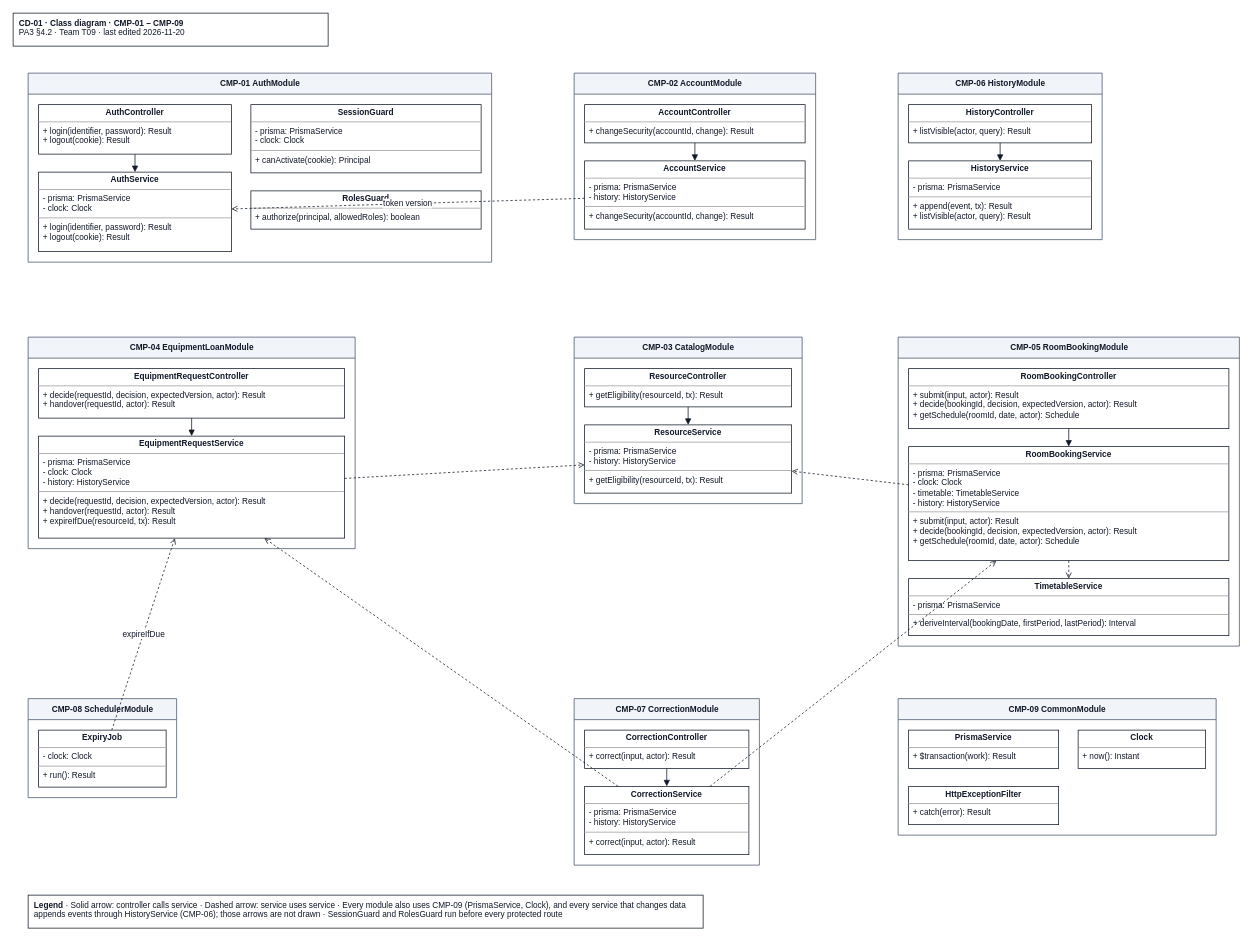
The draw.io diagram docs/design/diagrams/CD-01_component-classes.drawio in JuliaTrang/T09-CampusBorrow, before the edit. Source tidied: cells renumbered, new cells numbered last; positions are measured from the earlier drawing's top-left corner, leaving out a move shared by most shapes. Both pictures are drawn from the tidied source at 75%, with x=0, y=0 at pixel (13, 13).
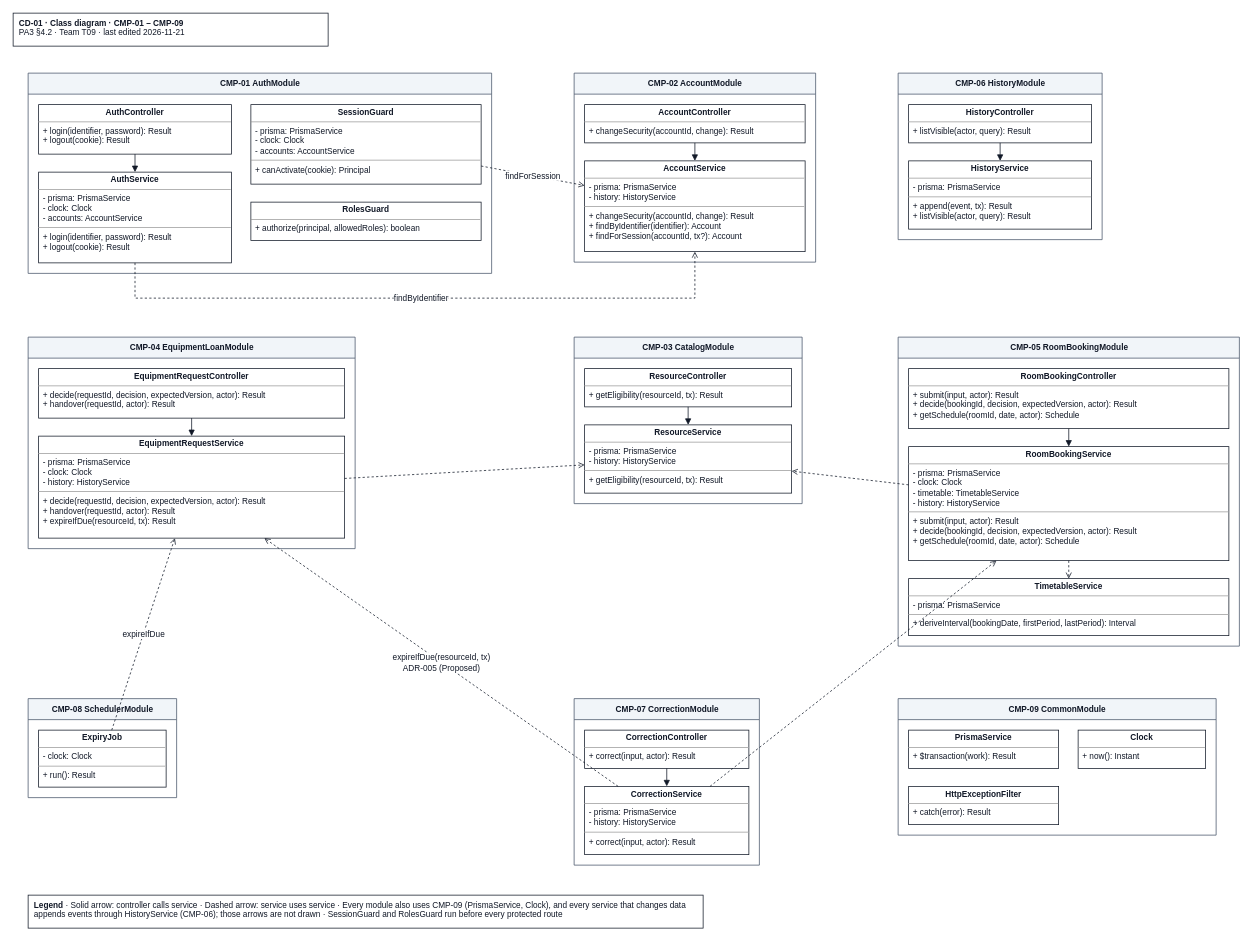
The same page after the edit.

The change refers to these unchanged cells:
```xml
<mxCell id="16" value="&lt;p style=&quot;margin:0px;margin-top:4px;text-align:center;&quot;&gt;&lt;b&gt;EquipmentRequestService&lt;/b&gt;&lt;/p&gt;&lt;hr size=&quot;1&quot;/&gt;&lt;p style=&quot;margin:0px;margin-left:6px;&quot;&gt;- prisma: PrismaService&lt;br&gt;- clock: Clock&lt;br&gt;- history: HistoryService&lt;/p&gt;&lt;hr size=&quot;1&quot;/&gt;&lt;p style=&quot;margin:0px;margin-left:6px;&quot;&gt;+ decide(requestId, decision, expectedVersion, actor): Result&lt;br&gt;+ handover(requestId, actor): Result&lt;br&gt;+ expireIfDue(resourceId, tx): Result&lt;/p&gt;" style="verticalAlign=top;align=left;overflow=fill;html=1;whiteSpace=wrap;rounded=0;strokeColor=#111827;fillColor=#ffffff;fontFamily=Arial;fontSize=11;fontColor=#111827;" parent="14" vertex="1">
  <mxGeometry x="14" y="132" width="408" height="136" as="geometry" />
</mxCell>
<mxCell id="28" value="&lt;p style=&quot;margin:0px;margin-top:4px;text-align:center;&quot;&gt;&lt;b&gt;CorrectionService&lt;/b&gt;&lt;/p&gt;&lt;hr size=&quot;1&quot;/&gt;&lt;p style=&quot;margin:0px;margin-left:6px;&quot;&gt;- prisma: PrismaService&lt;br&gt;- history: HistoryService&lt;/p&gt;&lt;hr size=&quot;1&quot;/&gt;&lt;p style=&quot;margin:0px;margin-left:6px;&quot;&gt;+ correct(input, actor): Result&lt;/p&gt;" style="verticalAlign=top;align=left;overflow=fill;html=1;whiteSpace=wrap;rounded=0;strokeColor=#111827;fillColor=#ffffff;fontFamily=Arial;fontSize=11;fontColor=#111827;" parent="26" vertex="1">
  <mxGeometry x="14" y="117" width="219" height="91" as="geometry" />
</mxCell>
```

Diff of the diagram source:
```diff
@@
-    <mxCell id="2" value="&lt;b&gt;CD-01 · Class diagram · CMP-01 – CMP-09&lt;/b&gt;&lt;br&gt;PA3 §4.2 · Team T09 · last edited 2026-11-20" style="rounded=0;whiteSpace=wrap;html=1;align=left;verticalAlign=top;spacingLeft=6;strokeColor=#111827;fillColor=#ffffff;fontFamily=Arial;fontSize=11;fontColor=#111827;" parent="1" vertex="1">
+    <mxCell id="2" value="&lt;b&gt;CD-01 · Class diagram · CMP-01 – CMP-09&lt;/b&gt;&lt;br&gt;PA3 §4.2 · Team T09 · last edited 2026-11-21" style="rounded=0;whiteSpace=wrap;html=1;align=left;verticalAlign=top;spacingLeft=6;strokeColor=#111827;fillColor=#ffffff;fontFamily=Arial;fontSize=11;fontColor=#111827;" parent="1" vertex="1">
       <mxGeometry width="420" height="44" as="geometry" />
     </mxCell>
     <mxCell id="3" value="CMP-01 AuthModule" style="swimlane;startSize=28;html=1;horizontal=1;fillColor=#f1f5f9;strokeColor=#475569;fontStyle=1;rounded=0;fontFamily=Arial;fontSize=11;fontColor=#111827;" parent="1" vertex="1">
-      <mxGeometry x="20" y="80" width="618" height="252" as="geometry" />
+      <mxGeometry x="20" y="80" width="618" height="267" as="geometry" />
     </mxCell>
@@
-    <mxCell id="5" value="&lt;p style=&quot;margin:0px;margin-top:4px;text-align:center;&quot;&gt;&lt;b&gt;AuthService&lt;/b&gt;&lt;/p&gt;&lt;hr size=&quot;1&quot;/&gt;&lt;p style=&quot;margin:0px;margin-left:6px;&quot;&gt;- prisma: PrismaService&lt;br&gt;- clock: Clock&lt;/p&gt;&lt;hr size=&quot;1&quot;/&gt;&lt;p style=&quot;margin:0px;margin-left:6px;&quot;&gt;+ login(identifier, password): Result&lt;br&gt;+ logout(cookie): Result&lt;/p&gt;" style="verticalAlign=top;align=left;overflow=fill;html=1;whiteSpace=wrap;rounded=0;strokeColor=#111827;fillColor=#ffffff;fontFamily=Arial;fontSize=11;fontColor=#111827;" parent="3" vertex="1">
-      <mxGeometry x="14" y="132" width="257" height="106" as="geometry" />
+    <mxCell id="5" value="&lt;p style=&quot;margin:0px;margin-top:4px;text-align:center;&quot;&gt;&lt;b&gt;AuthService&lt;/b&gt;&lt;/p&gt;&lt;hr size=&quot;1&quot;/&gt;&lt;p style=&quot;margin:0px;margin-left:6px;&quot;&gt;- prisma: PrismaService&lt;br&gt;- clock: Clock&lt;br&gt;- accounts: AccountService&lt;/p&gt;&lt;hr size=&quot;1&quot;/&gt;&lt;p style=&quot;margin:0px;margin-left:6px;&quot;&gt;+ login(identifier, password): Result&lt;br&gt;+ logout(cookie): Result&lt;/p&gt;" style="verticalAlign=top;align=left;overflow=fill;html=1;whiteSpace=wrap;rounded=0;strokeColor=#111827;fillColor=#ffffff;fontFamily=Arial;fontSize=11;fontColor=#111827;" parent="3" vertex="1">
+      <mxGeometry x="14" y="132" width="257" height="121" as="geometry" />
     </mxCell>
-    <mxCell id="6" value="&lt;p style=&quot;margin:0px;margin-top:4px;text-align:center;&quot;&gt;&lt;b&gt;SessionGuard&lt;/b&gt;&lt;/p&gt;&lt;hr size=&quot;1&quot;/&gt;&lt;p style=&quot;margin:0px;margin-left:6px;&quot;&gt;- prisma: PrismaService&lt;br&gt;- clock: Clock&lt;/p&gt;&lt;hr size=&quot;1&quot;/&gt;&lt;p style=&quot;margin:0px;margin-left:6px;&quot;&gt;+ canActivate(cookie): Principal&lt;/p&gt;" style="verticalAlign=top;align=left;overflow=fill;html=1;whiteSpace=wrap;rounded=0;strokeColor=#111827;fillColor=#ffffff;fontFamily=Arial;fontSize=11;fontColor=#111827;" parent="3" vertex="1">
-      <mxGeometry x="297" y="42" width="307" height="91" as="geometry" />
+    <mxCell id="6" value="&lt;p style=&quot;margin:0px;margin-top:4px;text-align:center;&quot;&gt;&lt;b&gt;SessionGuard&lt;/b&gt;&lt;/p&gt;&lt;hr size=&quot;1&quot;/&gt;&lt;p style=&quot;margin:0px;margin-left:6px;&quot;&gt;- prisma: PrismaService&lt;br&gt;- clock: Clock&lt;br&gt;- accounts: AccountService&lt;/p&gt;&lt;hr size=&quot;1&quot;/&gt;&lt;p style=&quot;margin:0px;margin-left:6px;&quot;&gt;+ canActivate(cookie): Principal&lt;/p&gt;" style="verticalAlign=top;align=left;overflow=fill;html=1;whiteSpace=wrap;rounded=0;strokeColor=#111827;fillColor=#ffffff;fontFamily=Arial;fontSize=11;fontColor=#111827;" parent="3" vertex="1">
+      <mxGeometry x="297" y="42" width="307" height="106" as="geometry" />
     </mxCell>
     <mxCell id="7" value="&lt;p style=&quot;margin:0px;margin-top:4px;text-align:center;&quot;&gt;&lt;b&gt;RolesGuard&lt;/b&gt;&lt;/p&gt;&lt;hr size=&quot;1&quot;/&gt;&lt;p style=&quot;margin:0px;margin-left:6px;&quot;&gt;+ authorize(principal, allowedRoles): boolean&lt;/p&gt;" style="verticalAlign=top;align=left;overflow=fill;html=1;whiteSpace=wrap;rounded=0;strokeColor=#111827;fillColor=#ffffff;fontFamily=Arial;fontSize=11;fontColor=#111827;" parent="3" vertex="1">
-      <mxGeometry x="297" y="157" width="307" height="51" as="geometry" />
+      <mxGeometry x="297" y="172" width="307" height="51" as="geometry" />
     </mxCell>
     <mxCell id="8" value="CMP-02 AccountModule" style="swimlane;startSize=28;html=1;horizontal=1;fillColor=#f1f5f9;strokeColor=#475569;fontStyle=1;rounded=0;fontFamily=Arial;fontSize=11;fontColor=#111827;" parent="1" vertex="1">
-      <mxGeometry x="748" y="80" width="322" height="222" as="geometry" />
+      <mxGeometry x="748" y="80" width="322" height="252" as="geometry" />
     </mxCell>
@@
-    <mxCell id="10" value="&lt;p style=&quot;margin:0px;margin-top:4px;text-align:center;&quot;&gt;&lt;b&gt;AccountService&lt;/b&gt;&lt;/p&gt;&lt;hr size=&quot;1&quot;/&gt;&lt;p style=&quot;margin:0px;margin-left:6px;&quot;&gt;- prisma: PrismaService&lt;br&gt;- history: HistoryService&lt;/p&gt;&lt;hr size=&quot;1&quot;/&gt;&lt;p style=&quot;margin:0px;margin-left:6px;&quot;&gt;+ changeSecurity(accountId, change): Result&lt;/p&gt;" style="verticalAlign=top;align=left;overflow=fill;html=1;whiteSpace=wrap;rounded=0;strokeColor=#111827;fillColor=#ffffff;fontFamily=Arial;fontSize=11;fontColor=#111827;" parent="8" vertex="1">
-      <mxGeometry x="14" y="117" width="294" height="91" as="geometry" />
+    <mxCell id="10" value="&lt;p style=&quot;margin:0px;margin-top:4px;text-align:center;&quot;&gt;&lt;b&gt;AccountService&lt;/b&gt;&lt;/p&gt;&lt;hr size=&quot;1&quot;/&gt;&lt;p style=&quot;margin:0px;margin-left:6px;&quot;&gt;- prisma: PrismaService&lt;br&gt;- history: HistoryService&lt;/p&gt;&lt;hr size=&quot;1&quot;/&gt;&lt;p style=&quot;margin:0px;margin-left:6px;&quot;&gt;+ changeSecurity(accountId, change): Result&lt;br&gt;+ findByIdentifier(identifier): Account&lt;br&gt;+ findForSession(accountId, tx?): Account&lt;/p&gt;" style="verticalAlign=top;align=left;overflow=fill;html=1;whiteSpace=wrap;rounded=0;strokeColor=#111827;fillColor=#ffffff;fontFamily=Arial;fontSize=11;fontColor=#111827;" parent="8" vertex="1">
+      <mxGeometry x="14" y="117" width="294" height="121" as="geometry" />
     </mxCell>
@@
-    <mxCell id="40" value="token version" style="rounded=0;html=1;endArrow=open;endFill=0;dashed=1;strokeColor=#111827;fontFamily=Arial;fontSize=11;fontColor=#111827;" parent="1" edge="1" source="10" target="5">
+    <mxCell id="40" value="findForSession" style="rounded=0;html=1;endArrow=open;endFill=0;dashed=1;strokeColor=#111827;fontFamily=Arial;fontSize=11;fontColor=#111827;" parent="1" edge="1" source="6" target="10">
       <mxGeometry relative="1" as="geometry" />
     </mxCell>
+    <mxCell id="48" value="findByIdentifier" style="rounded=0;html=1;endArrow=open;endFill=0;dashed=1;strokeColor=#111827;fontFamily=Arial;fontSize=11;fontColor=#111827;edgeStyle=orthogonalEdgeStyle;exitX=0.5;exitY=1;entryX=0.5;entryY=1;" parent="1" edge="1" source="5" target="10">
+      <mxGeometry relative="1" as="geometry">
+        <Array as="points">
+          <mxPoint x="162" y="380" />
+          <mxPoint x="909" y="380" />
+        </Array>
+      </mxGeometry>
+    </mxCell>
@@
-    <mxCell id="44" style="rounded=0;html=1;endArrow=open;endFill=0;dashed=1;strokeColor=#111827;fontFamily=Arial;fontSize=11;fontColor=#111827;" parent="1" edge="1" source="28" target="16">
+    <mxCell id="44" value="expireIfDue(resourceId, tx)&lt;br&gt;ADR-005 (Proposed)" style="rounded=0;html=1;endArrow=open;endFill=0;dashed=1;strokeColor=#111827;fontFamily=Arial;fontSize=11;fontColor=#111827;" parent="1" edge="1" source="28" target="16">
       <mxGeometry relative="1" as="geometry" />
     </mxCell>
```
